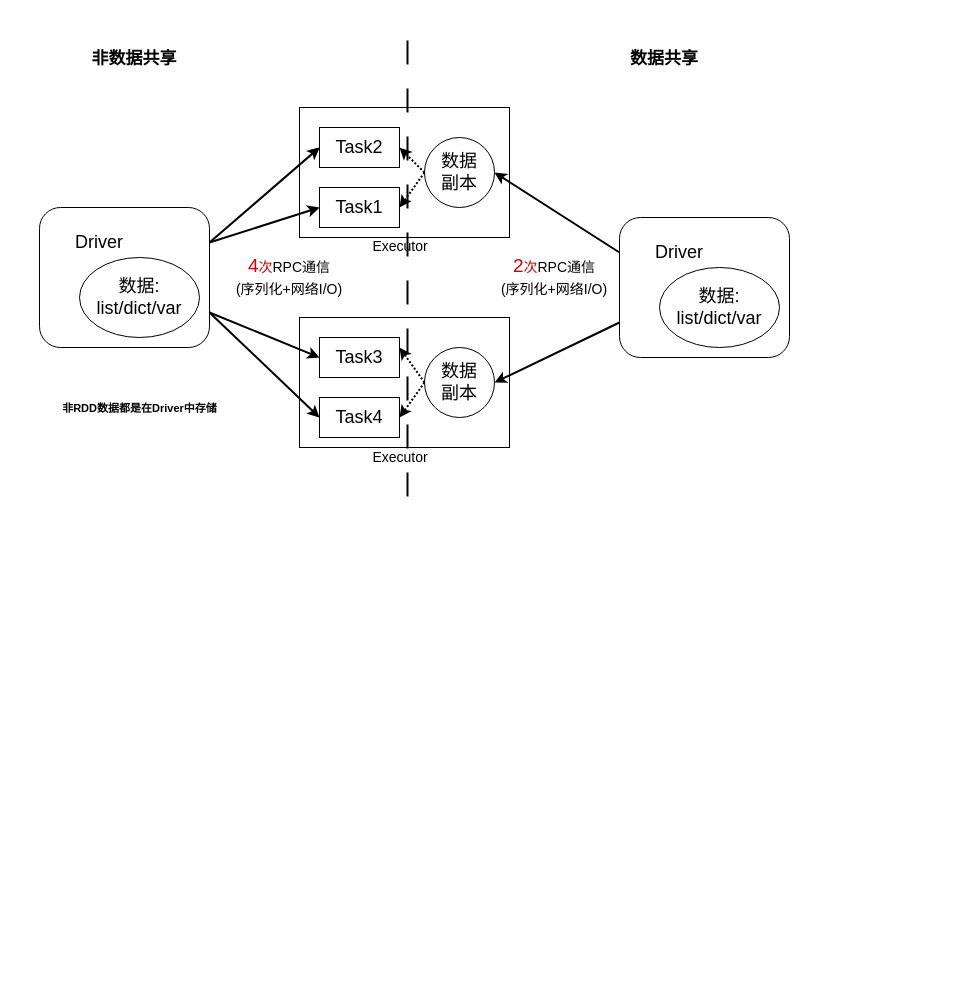
Before: Spark/spark shared variable.drawio in BBQldf/drawIO, a draw.io diagram. Source tidied: cells renumbered, new cells numbered last; positions are measured from the earlier drawing's top-left corner, leaving out a move shared by most shapes. Both pictures are drawn from the tidied source at 100%, with x=0, y=0 at pixel (37, 18).
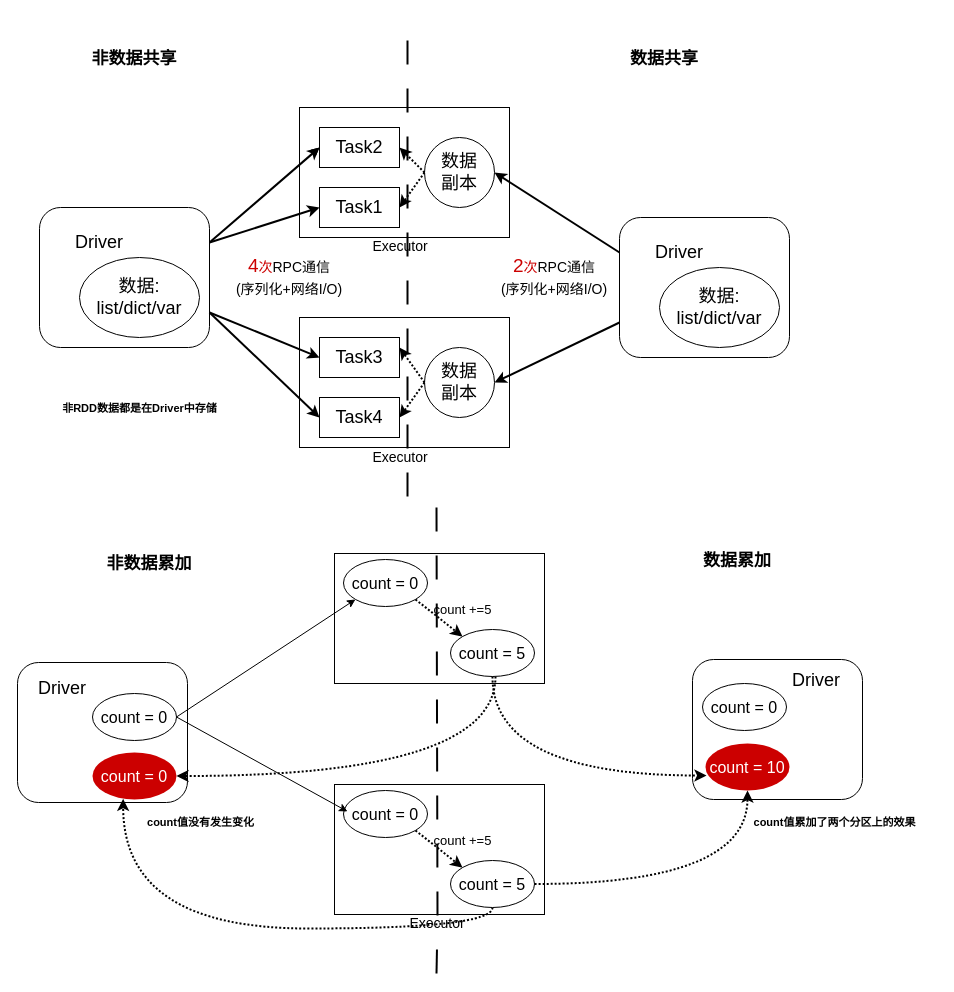
After the change.

Diff of the diagram source:
```diff
@@
+    <mxCell id="35" style="rounded=1;whiteSpace=wrap;html=1;" parent="1" vertex="1">
+      <mxGeometry x="-20" y="644" width="170" height="140" as="geometry" />
+    </mxCell>
+    <mxCell id="36" value="&lt;font style=&quot;font-size: 18px;&quot;&gt;Driver&lt;/font&gt;" style="text;html=1;strokeColor=none;fillColor=none;align=center;verticalAlign=middle;whiteSpace=wrap;rounded=0;" parent="1" vertex="1">
+      <mxGeometry x="-5" y="655" width="60" height="30" as="geometry" />
+    </mxCell>
+    <mxCell id="37" value="count = 0" style="ellipse;whiteSpace=wrap;html=1;fontSize=16;" parent="1" vertex="1">
+      <mxGeometry x="55" y="675" width="84" height="47" as="geometry" />
+    </mxCell>
+    <mxCell id="38" value="&lt;font color=&quot;#ffffff&quot;&gt;count = 0&lt;/font&gt;" style="ellipse;whiteSpace=wrap;html=1;fontSize=16;strokeColor=none;fillColor=#CC0000;" parent="1" vertex="1">
+      <mxGeometry x="55" y="734" width="84" height="47" as="geometry" />
+    </mxCell>
+    <mxCell id="39" style="rounded=0;whiteSpace=wrap;html=1;" parent="1" vertex="1">
+      <mxGeometry x="297" y="535" width="210" height="130" as="geometry" />
+    </mxCell>
+    <mxCell id="40" style="rounded=0;jettySize=auto;html=1;exitX=1;exitY=1;exitDx=0;exitDy=0;entryX=0;entryY=0;entryDx=0;entryDy=0;fontSize=16;dashed=1;dashPattern=1 1;strokeWidth=2;" parent="1" edge="1" source="41" target="43">
+      <mxGeometry relative="1" as="geometry" />
+    </mxCell>
+    <mxCell id="41" value="count = 0" style="ellipse;whiteSpace=wrap;html=1;fontSize=16;" parent="1" vertex="1">
+      <mxGeometry x="306" y="541" width="84" height="47" as="geometry" />
+    </mxCell>
+    <mxCell id="42" style="edgeStyle=orthogonalEdgeStyle;curved=1;rounded=0;jettySize=auto;html=1;entryX=1;entryY=0.5;entryDx=0;entryDy=0;dashed=1;dashPattern=1 1;strokeWidth=2;fontSize=13;" parent="1" edge="1" source="43" target="38">
+      <mxGeometry relative="1" as="geometry">
+        <Array as="points">
+          <mxPoint x="458" y="758" />
+        </Array>
+      </mxGeometry>
+    </mxCell>
+    <mxCell id="43" value="count = 5" style="ellipse;whiteSpace=wrap;html=1;fontSize=16;" parent="1" vertex="1">
+      <mxGeometry x="413" y="611" width="84" height="47" as="geometry" />
+    </mxCell>
+    <mxCell id="44" style="endArrow=classic;html=1;rounded=0;fontSize=16;exitX=1;exitY=0.5;exitDx=0;exitDy=0;entryX=0;entryY=1;entryDx=0;entryDy=0;" parent="1" edge="1" source="37" target="41">
+      <mxGeometry relative="1" as="geometry" />
+    </mxCell>
+    <mxCell id="45" value="count +=5" style="text;html=1;strokeColor=none;fillColor=none;align=center;verticalAlign=middle;whiteSpace=wrap;rounded=0;fontSize=13;" parent="1" vertex="1">
+      <mxGeometry x="382" y="576" width="87" height="30" as="geometry" />
+    </mxCell>
+    <mxCell id="46" style="rounded=0;whiteSpace=wrap;html=1;" parent="1" vertex="1">
+      <mxGeometry x="297" y="766" width="210" height="130" as="geometry" />
+    </mxCell>
+    <mxCell id="47" style="rounded=0;jettySize=auto;html=1;exitX=1;exitY=1;exitDx=0;exitDy=0;entryX=0;entryY=0;entryDx=0;entryDy=0;fontSize=16;dashed=1;dashPattern=1 1;strokeWidth=2;" parent="1" edge="1" source="48" target="50">
+      <mxGeometry relative="1" as="geometry" />
+    </mxCell>
+    <mxCell id="48" value="count = 0" style="ellipse;whiteSpace=wrap;html=1;fontSize=16;" parent="1" vertex="1">
+      <mxGeometry x="306" y="772" width="84" height="47" as="geometry" />
+    </mxCell>
+    <mxCell id="49" style="edgeStyle=orthogonalEdgeStyle;rounded=0;jettySize=auto;html=1;entryX=0.365;entryY=0.986;entryDx=0;entryDy=0;entryPerimeter=0;dashed=1;dashPattern=1 1;strokeWidth=2;fontSize=13;curved=1;" parent="1" edge="1" source="50" target="38">
+      <mxGeometry relative="1" as="geometry">
+        <Array as="points">
+          <mxPoint x="455" y="910" />
+          <mxPoint x="86" y="910" />
+        </Array>
+      </mxGeometry>
+    </mxCell>
+    <mxCell id="50" value="count = 5" style="ellipse;whiteSpace=wrap;html=1;fontSize=16;" parent="1" vertex="1">
+      <mxGeometry x="413" y="842" width="84" height="47" as="geometry" />
+    </mxCell>
+    <mxCell id="51" value="count +=5" style="text;html=1;strokeColor=none;fillColor=none;align=center;verticalAlign=middle;whiteSpace=wrap;rounded=0;fontSize=13;" parent="1" vertex="1">
+      <mxGeometry x="382" y="807" width="87" height="30" as="geometry" />
+    </mxCell>
+    <mxCell id="52" style="endArrow=classic;html=1;rounded=0;fontSize=16;exitX=1;exitY=0.5;exitDx=0;exitDy=0;" parent="1" edge="1" source="37">
+      <mxGeometry relative="1" as="geometry">
+        <mxPoint x="310" y="793" as="targetPoint" />
+      </mxGeometry>
+    </mxCell>
+    <mxCell id="53" style="rounded=1;whiteSpace=wrap;html=1;" parent="1" vertex="1">
+      <mxGeometry x="655" y="641" width="170" height="140" as="geometry" />
+    </mxCell>
+    <mxCell id="54" value="&lt;font style=&quot;font-size: 18px;&quot;&gt;Driver&lt;/font&gt;" style="text;html=1;strokeColor=none;fillColor=none;align=center;verticalAlign=middle;whiteSpace=wrap;rounded=0;" parent="1" vertex="1">
+      <mxGeometry x="749" y="647" width="60" height="30" as="geometry" />
+    </mxCell>
+    <mxCell id="55" value="count = 0" style="ellipse;whiteSpace=wrap;html=1;fontSize=16;" parent="1" vertex="1">
+      <mxGeometry x="665" y="665" width="84" height="47" as="geometry" />
+    </mxCell>
+    <mxCell id="56" value="&lt;font color=&quot;#ffffff&quot;&gt;count = 10&lt;/font&gt;" style="ellipse;whiteSpace=wrap;html=1;fontSize=16;strokeColor=none;fillColor=#CC0000;" parent="1" vertex="1">
+      <mxGeometry x="668" y="725" width="84" height="47" as="geometry" />
+    </mxCell>
+    <mxCell id="57" style="edgeStyle=orthogonalEdgeStyle;curved=1;rounded=0;jettySize=auto;html=1;exitX=0.5;exitY=1;exitDx=0;exitDy=0;entryX=0.012;entryY=0.681;entryDx=0;entryDy=0;entryPerimeter=0;dashed=1;dashPattern=1 1;strokeWidth=2;fontSize=13;fontColor=#FFFFFF;" parent="1" edge="1" source="43" target="56">
+      <mxGeometry relative="1" as="geometry" />
+    </mxCell>
+    <mxCell id="58" style="edgeStyle=orthogonalEdgeStyle;curved=1;rounded=0;jettySize=auto;html=1;exitX=1;exitY=0.5;exitDx=0;exitDy=0;entryX=0.5;entryY=1;entryDx=0;entryDy=0;dashed=1;dashPattern=1 1;strokeWidth=2;fontSize=13;fontColor=#FFFFFF;" parent="1" edge="1" source="50" target="56">
+      <mxGeometry relative="1" as="geometry" />
+    </mxCell>
+    <mxCell id="59" style="endArrow=none;dashed=1;html=1;dashPattern=12 12;strokeWidth=2;rounded=0;fontSize=11;fontColor=#808080;startArrow=none;" parent="1" edge="1">
+      <mxGeometry relative="1" as="geometry">
+        <mxPoint x="400" y="897" as="sourcePoint" />
+        <mxPoint x="399" y="485" as="targetPoint" />
+      </mxGeometry>
+    </mxCell>
+    <mxCell id="60" value="&lt;b&gt;&lt;font style=&quot;font-size: 17px;&quot;&gt;数据累加&lt;/font&gt;&lt;/b&gt;" style="text;html=1;strokeColor=none;fillColor=none;align=center;verticalAlign=middle;whiteSpace=wrap;rounded=0;fontSize=11;fontColor=#000000;" parent="1" vertex="1">
+      <mxGeometry x="655" y="528" width="90" height="30" as="geometry" />
+    </mxCell>
+    <mxCell id="61" value="&lt;b&gt;&lt;font style=&quot;font-size: 17px;&quot;&gt;非数据累加&lt;/font&gt;&lt;/b&gt;" style="text;html=1;strokeColor=none;fillColor=none;align=center;verticalAlign=middle;whiteSpace=wrap;rounded=0;fontSize=11;fontColor=#000000;" parent="1" vertex="1">
+      <mxGeometry x="67" y="531" width="90" height="30" as="geometry" />
+    </mxCell>
+    <mxCell id="62" value="&lt;b&gt;count值没有发生变化&lt;/b&gt;" style="text;html=1;strokeColor=none;fillColor=none;align=center;verticalAlign=middle;whiteSpace=wrap;rounded=0;fontSize=11;fontColor=#000000;" parent="1" vertex="1">
+      <mxGeometry x="62" y="789" width="203" height="30" as="geometry" />
+    </mxCell>
+    <mxCell id="63" value="&lt;b&gt;count值累加了两个分区上的效果&lt;/b&gt;" style="text;html=1;strokeColor=none;fillColor=none;align=center;verticalAlign=middle;whiteSpace=wrap;rounded=0;fontSize=11;fontColor=#000000;" parent="1" vertex="1">
+      <mxGeometry x="696" y="789" width="203" height="30" as="geometry" />
+    </mxCell>
+    <mxCell id="64" style="endArrow=none;dashed=1;html=1;dashPattern=12 12;strokeWidth=2;rounded=0;fontSize=11;fontColor=#808080;" parent="1" edge="1" target="65">
+      <mxGeometry relative="1" as="geometry">
+        <mxPoint x="399" y="955" as="sourcePoint" />
+      </mxGeometry>
+    </mxCell>
+    <mxCell id="65" value="&lt;font style=&quot;font-size: 14px;&quot; color=&quot;#000000&quot;&gt;Executor&lt;/font&gt;" style="text;html=1;strokeColor=none;fillColor=none;align=center;verticalAlign=middle;whiteSpace=wrap;rounded=0;fontSize=19;fontColor=#CC0000;" parent="1" vertex="1">
+      <mxGeometry x="370" y="889" width="60" height="30" as="geometry" />
+    </mxCell>
```
